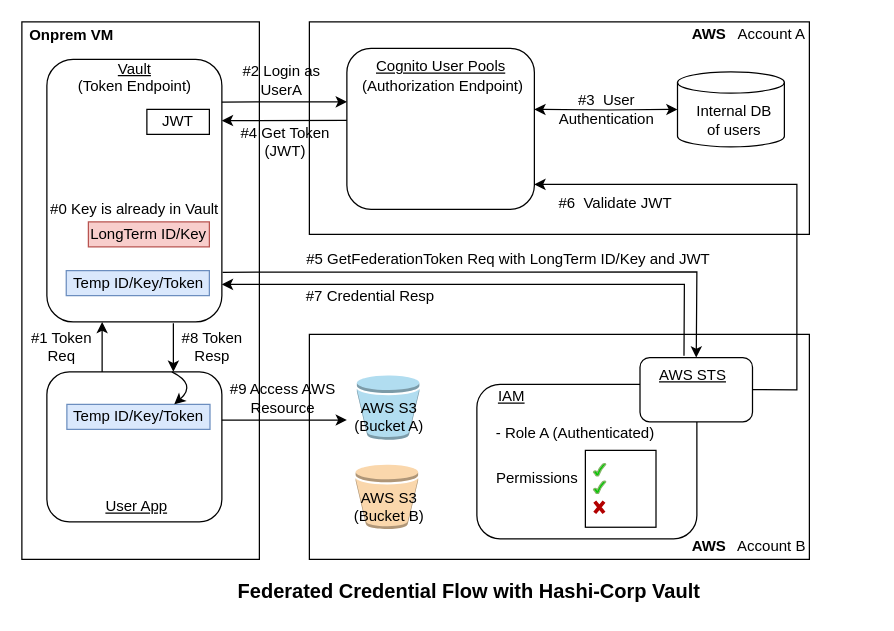
Before: OAuth2.0_Authorization/AWS_Cognito_with_Vault.drawio in developer-onizuka/Diagrams, a draw.io diagram. Source tidied: cells renumbered, new cells numbered last; positions are measured from the earlier drawing's top-left corner, leaving out a move shared by most shapes. Both pictures are drawn from the tidied source at 125%, with x=0, y=0 at pixel (21, 21).
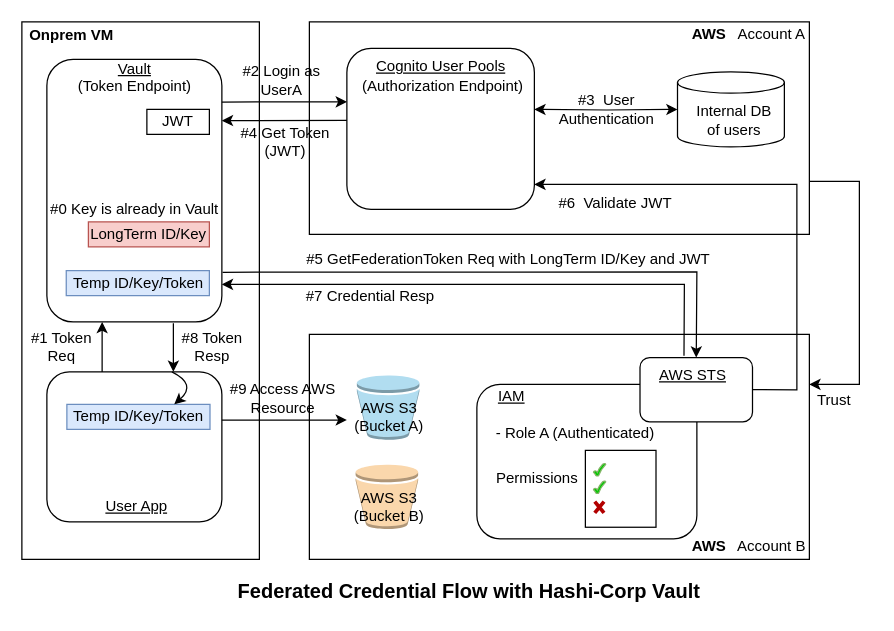
The same diagram, later.

Unchanged cells that the change refers to:
```xml
<mxCell id="6" style="rounded=0;whiteSpace=wrap;html=1;" parent="1" vertex="1">
  <mxGeometry x="230" width="400" height="170" as="geometry" />
</mxCell>
```

Change to the diagram source:
```diff
@@
+    <mxCell id="62" style="edgeStyle=orthogonalEdgeStyle;rounded=0;jettySize=auto;html=1;exitX=1;exitY=0.75;exitDx=0;exitDy=0;" parent="1" edge="1" source="6">
+      <mxGeometry relative="1" as="geometry">
+        <mxPoint x="630" y="290" as="targetPoint" />
+        <Array as="points">
+          <mxPoint x="670" y="128" />
+          <mxPoint x="670" y="290" />
+          <mxPoint x="630" y="290" />
+        </Array>
+      </mxGeometry>
+    </mxCell>
+    <mxCell id="63" value="Trust" style="text;html=1;strokeColor=none;fillColor=none;align=center;verticalAlign=middle;whiteSpace=wrap;rounded=0;" parent="1" vertex="1">
+      <mxGeometry x="620" y="292.8" width="60" height="20" as="geometry" />
+    </mxCell>
```
